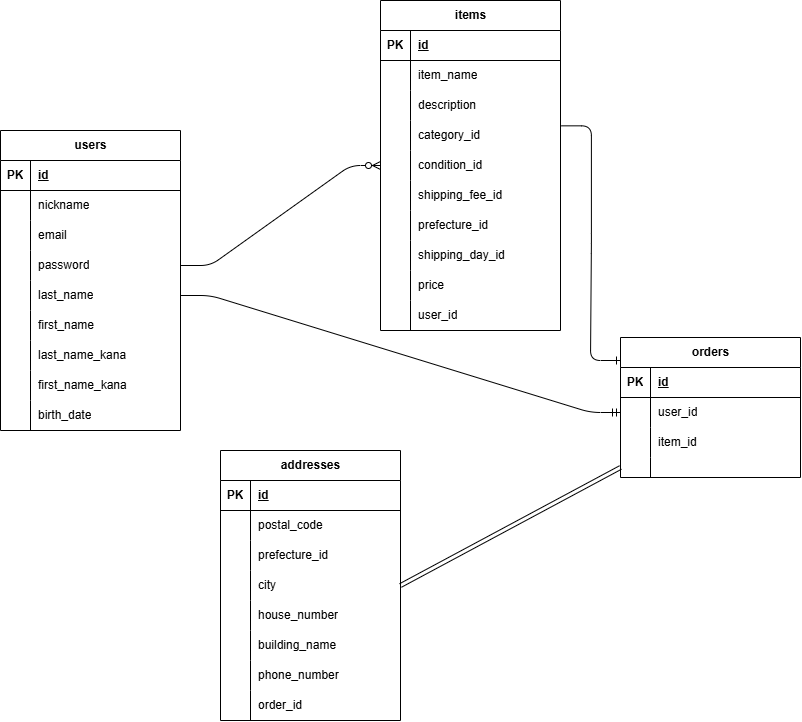
Before: furima.drawio.png, a diagram exported from draw.io (yuimusic551-hub/furima-46820). Source tidied: cells renumbered, new cells last; positions are measured from the earlier drawing's top-left corner, leaving out a move shared by most shapes.
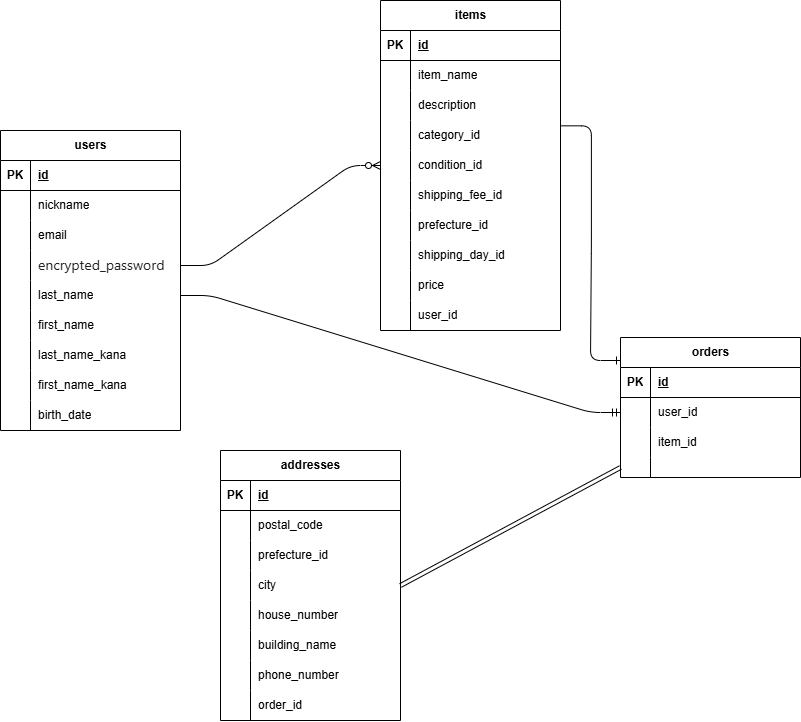
The same diagram one commit later.

Commit message:
データーベース作成の修正

The edit, as a diff of the source:
```diff
@@ -131,7 +131,7 @@
     <mxCell id="44" style="shape=partialRectangle;fillColor=none;top=0;left=0;bottom=0;right=0;overflow=hidden;whiteSpace=wrap;html=1;" parent="43" vertex="1">
       <mxGeometry width="30" height="30" as="geometry" />
     </mxCell>
-    <mxCell id="45" value="password" style="shape=partialRectangle;fillColor=none;top=0;left=0;bottom=0;right=0;align=left;spacingLeft=6;overflow=hidden;whiteSpace=wrap;html=1;" parent="43" vertex="1">
+    <mxCell id="45" value="&lt;span style=&quot;color: rgb(31, 35, 40); font-family: &amp;quot;Mona Sans VF&amp;quot;, -apple-system, BlinkMacSystemFont, &amp;quot;Segoe UI&amp;quot;, &amp;quot;Noto Sans&amp;quot;, Helvetica, Arial, sans-serif, &amp;quot;Apple Color Emoji&amp;quot;, &amp;quot;Segoe UI Emoji&amp;quot;; font-size: 14px; background-color: rgb(255, 255, 255);&quot;&gt;encrypted_password&lt;/span&gt;" style="shape=partialRectangle;fillColor=none;top=0;left=0;bottom=0;right=0;align=left;spacingLeft=6;overflow=hidden;whiteSpace=wrap;html=1;" parent="43" vertex="1">
       <mxGeometry x="30" width="150" height="30" as="geometry" />
     </mxCell>
     <mxCell id="46" style="shape=tableRow;horizontal=0;startSize=0;swimlaneHead=0;swimlaneBody=0;fillColor=none;points=[[0,0.5],[1,0.5]];portConstraint=eastwest;top=0;left=0;right=0;bottom=0;" parent="33" vertex="1">
```
